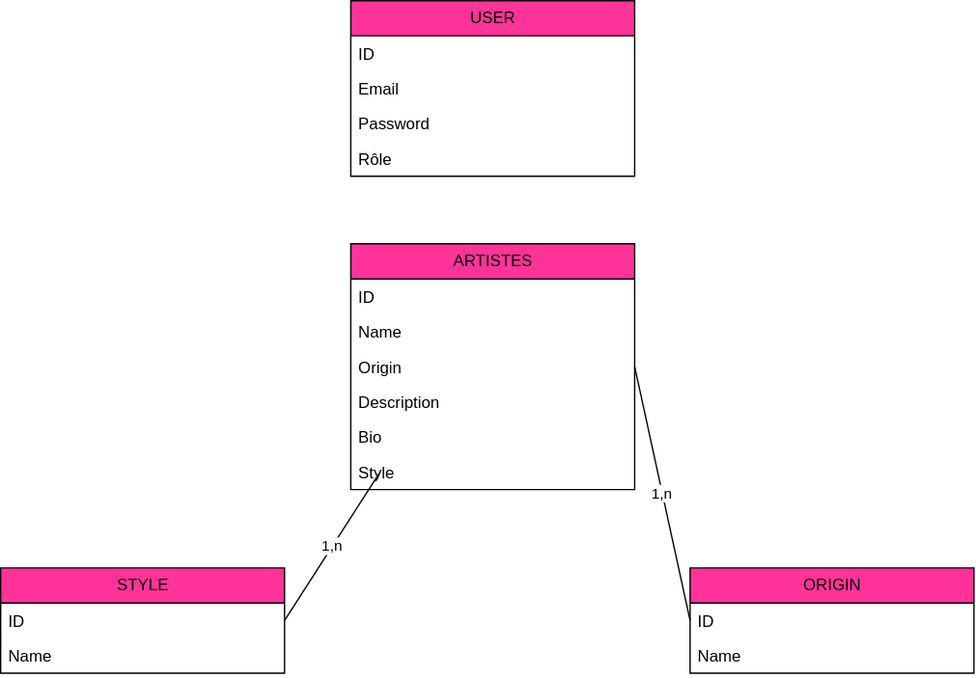
The draw.io diagram code/merise /MCD.drawio.svg in Domitch/souk-sonore-festival, before a commit. Source tidied: cells renumbered, new cells last; positions are measured from the earlier drawing's top-left corner, leaving out a move shared by most shapes.
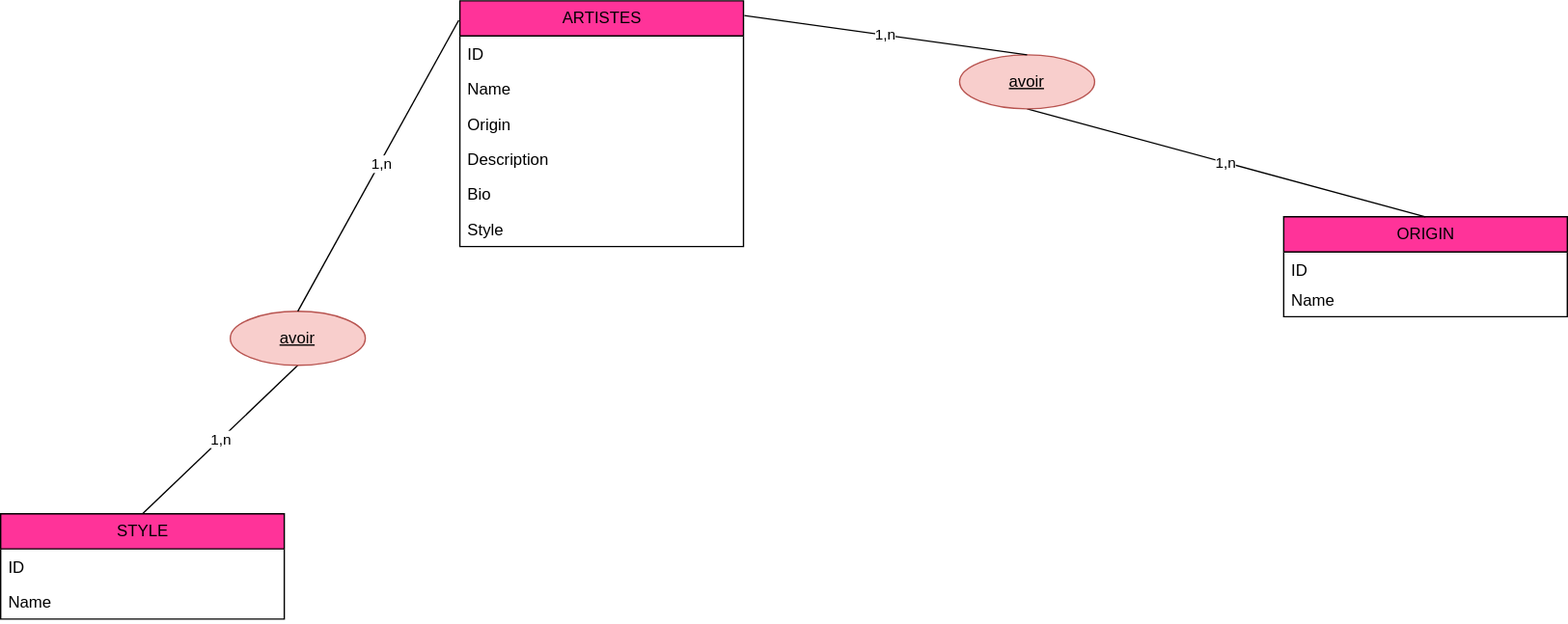
After the commit.

Change to the diagram source:
```diff
@@ -2,23 +2,8 @@
   <root>
     <mxCell id="0" />
     <mxCell id="1" parent="0" />
-    <mxCell id="2" value="USER" style="swimlane;fontStyle=0;horizontal=1;startSize=26;fillColor=#FF3399;html=1;" parent="1" vertex="1">
-      <mxGeometry x="259" width="210" height="130" as="geometry" />
-    </mxCell>
-    <mxCell id="3" value="ID" style="text;strokeColor=none;fillColor=none;align=left;verticalAlign=top;spacingLeft=4;spacingRight=4;overflow=hidden;whiteSpace=wrap;html=1;" parent="2" vertex="1">
-      <mxGeometry y="26" width="210" height="26" as="geometry" />
-    </mxCell>
-    <mxCell id="4" value="Email&lt;span style=&quot;white-space: pre;&quot;&gt;&#9;&lt;/span&gt;" style="text;strokeColor=none;fillColor=none;align=left;verticalAlign=top;spacingLeft=4;spacingRight=4;overflow=hidden;whiteSpace=wrap;html=1;" parent="2" vertex="1">
-      <mxGeometry y="52" width="210" height="26" as="geometry" />
-    </mxCell>
-    <mxCell id="5" value="Password" style="text;strokeColor=none;fillColor=none;align=left;verticalAlign=top;spacingLeft=4;spacingRight=4;overflow=hidden;whiteSpace=wrap;html=1;" parent="2" vertex="1">
-      <mxGeometry y="78" width="210" height="26" as="geometry" />
-    </mxCell>
-    <mxCell id="6" value="Rôle" style="text;strokeColor=none;fillColor=none;align=left;verticalAlign=top;spacingLeft=4;spacingRight=4;overflow=hidden;whiteSpace=wrap;html=1;" parent="2" vertex="1">
-      <mxGeometry y="104" width="210" height="26" as="geometry" />
-    </mxCell>
     <mxCell id="7" value="ARTISTES" style="swimlane;fontStyle=0;horizontal=1;startSize=26;fillColor=#FF3399;html=1;" parent="1" vertex="1">
-      <mxGeometry x="259" y="180" width="210" height="182" as="geometry" />
+      <mxGeometry x="290" y="-10" width="210" height="182" as="geometry" />
     </mxCell>
     <mxCell id="8" value="ID" style="text;strokeColor=none;fillColor=none;align=left;verticalAlign=top;spacingLeft=4;spacingRight=4;overflow=hidden;whiteSpace=wrap;html=1;" parent="7" vertex="1">
       <mxGeometry y="26" width="210" height="26" as="geometry" />
@@ -39,7 +24,7 @@
       <mxGeometry y="156" width="210" height="26" as="geometry" />
     </mxCell>
     <mxCell id="14" value="STYLE" style="swimlane;fontStyle=0;horizontal=1;startSize=26;fillColor=#FF3399;html=1;" parent="1" vertex="1">
-      <mxGeometry y="420" width="210" height="78" as="geometry" />
+      <mxGeometry x="-50" y="370" width="210" height="78" as="geometry" />
     </mxCell>
     <mxCell id="15" value="ID" style="text;strokeColor=none;fillColor=none;align=left;verticalAlign=top;spacingLeft=4;spacingRight=4;overflow=hidden;points=[[0,0.5],[1,0.5]];portConstraint=eastwest;whiteSpace=wrap;html=1;" parent="14" vertex="1">
       <mxGeometry y="26" width="210" height="26" as="geometry" />
@@ -48,21 +33,34 @@
       <mxGeometry y="52" width="210" height="26" as="geometry" />
     </mxCell>
     <mxCell id="17" value="ORIGIN" style="swimlane;fontStyle=0;horizontal=1;startSize=26;fillColor=#FF3399;html=1;" parent="1" vertex="1">
-      <mxGeometry x="510" y="420" width="210" height="78" as="geometry" />
+      <mxGeometry x="900" y="150" width="210" height="74" as="geometry" />
     </mxCell>
     <mxCell id="18" value="ID" style="text;strokeColor=none;fillColor=none;align=left;verticalAlign=top;spacingLeft=4;spacingRight=4;overflow=hidden;points=[[0,0.5],[1,0.5]];portConstraint=eastwest;whiteSpace=wrap;html=1;" parent="17" vertex="1">
-      <mxGeometry y="26" width="210" height="26" as="geometry" />
+      <mxGeometry y="26" width="210" height="22" as="geometry" />
     </mxCell>
     <mxCell id="19" value="Name" style="text;strokeColor=none;fillColor=none;align=left;verticalAlign=top;spacingLeft=4;spacingRight=4;overflow=hidden;whiteSpace=wrap;html=1;" parent="17" vertex="1">
-      <mxGeometry y="52" width="210" height="26" as="geometry" />
+      <mxGeometry y="48" width="210" height="26" as="geometry" />
     </mxCell>
-    <mxCell id="20" value="1,n" style="endArrow=none;html=1;rounded=0;exitX=1;exitY=0.5;exitDx=0;exitDy=0;" parent="1" edge="1" source="15">
-      <mxGeometry relative="1" as="geometry">
-        <mxPoint x="280" y="350" as="targetPoint" />
-      </mxGeometry>
+    <mxCell id="20" value="1,n" style="endArrow=none;html=1;rounded=0;exitX=0.5;exitY=0;exitDx=0;exitDy=0;entryX=0.5;entryY=1;entryDx=0;entryDy=0;" parent="1" edge="1" source="14" target="24">
+      <mxGeometry relative="1" as="geometry" />
     </mxCell>
-    <mxCell id="21" value="1,n" style="endArrow=none;html=1;rounded=0;exitX=0;exitY=0.5;exitDx=0;exitDy=0;entryX=1;entryY=0.5;entryDx=0;entryDy=0;" parent="1" edge="1" source="18" target="10">
+    <mxCell id="21" value="1,n" style="endArrow=none;html=1;rounded=0;exitX=0.5;exitY=0;exitDx=0;exitDy=0;entryX=0.5;entryY=1;entryDx=0;entryDy=0;" parent="1" edge="1" source="17" target="22">
       <mxGeometry relative="1" as="geometry" />
     </mxCell>
+    <mxCell id="22" value="avoir" style="ellipse;whiteSpace=wrap;html=1;align=center;fontStyle=4;fillColor=#f8cecc;strokeColor=#b85450;" parent="1" vertex="1">
+      <mxGeometry x="660" y="30" width="100" height="40" as="geometry" />
+    </mxCell>
+    <mxCell id="23" value="1,n" style="endArrow=none;html=1;rounded=0;exitX=1.003;exitY=0.06;exitDx=0;exitDy=0;exitPerimeter=0;entryX=0.5;entryY=0;entryDx=0;entryDy=0;" parent="1" edge="1" source="7" target="22">
+      <mxGeometry relative="1" as="geometry" />
+    </mxCell>
+    <mxCell id="24" value="avoir" style="ellipse;whiteSpace=wrap;html=1;align=center;fontStyle=4;fillColor=#f8cecc;strokeColor=#b85450;" parent="1" vertex="1">
+      <mxGeometry x="120" y="220" width="100" height="40" as="geometry" />
+    </mxCell>
+    <mxCell id="25" style="endArrow=none;html=1;rounded=0;entryX=-0.004;entryY=0.079;entryDx=0;entryDy=0;entryPerimeter=0;exitX=0.5;exitY=0;exitDx=0;exitDy=0;" parent="1" edge="1" source="24" target="7">
+      <mxGeometry relative="1" as="geometry" />
+    </mxCell>
+    <mxCell id="26" value="1,n" style="edgeLabel;html=1;align=center;verticalAlign=middle;" parent="25" vertex="1">
+      <mxGeometry x="0.02" y="-1" relative="1" as="geometry" />
+    </mxCell>
   </root>
 </mxGraphModel>
```
